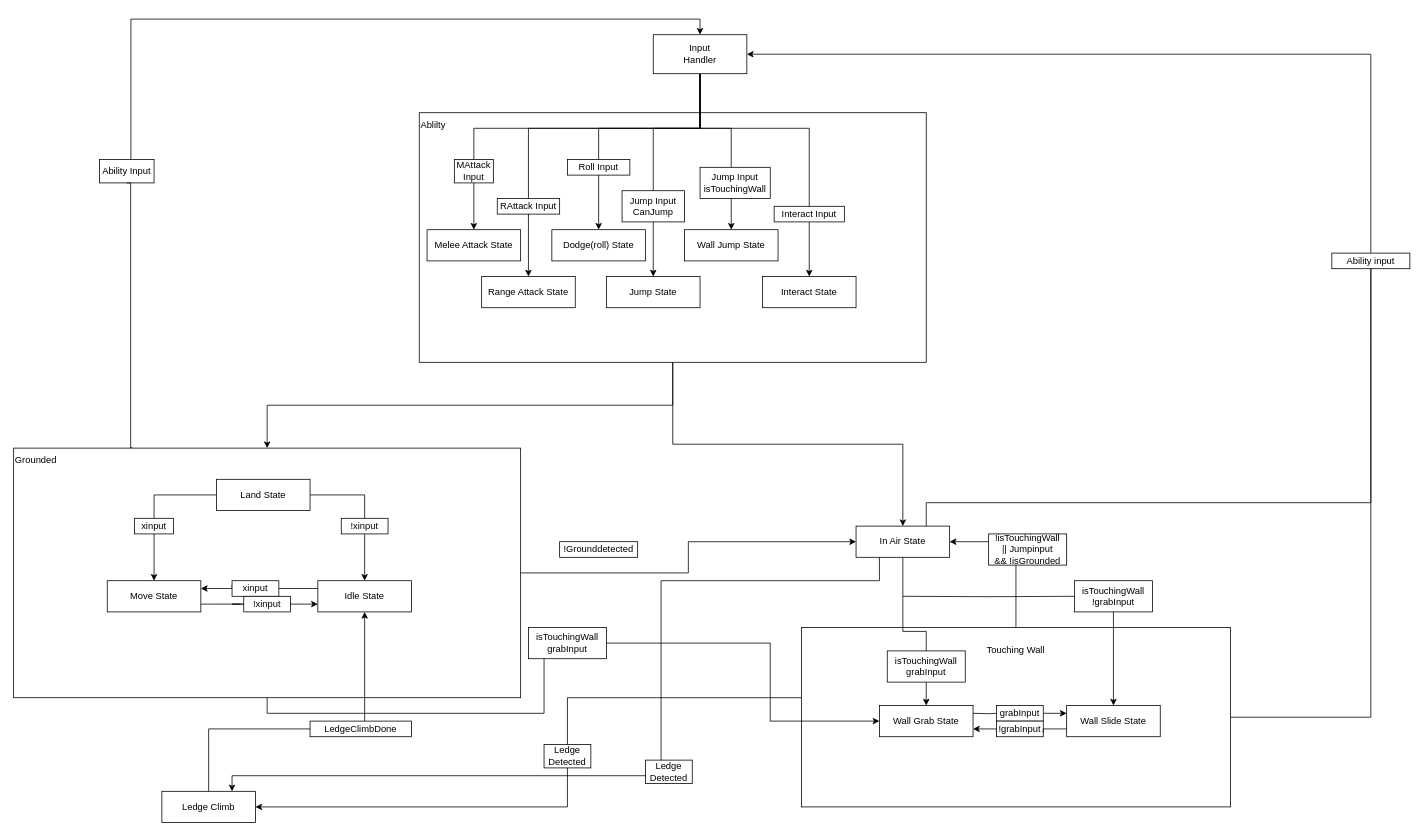
This is RR/Untitled Diagram.drawio from Lorkhan-0307/RR_Project, a draw.io file, before an edit. Source tidied: cells renumbered, new cells numbered last; positions are measured from the earlier drawing's top-left corner, leaving out a move shared by most shapes. Both pictures are drawn from the tidied source at 78%, with x=0, y=0 at pixel (13, 19).
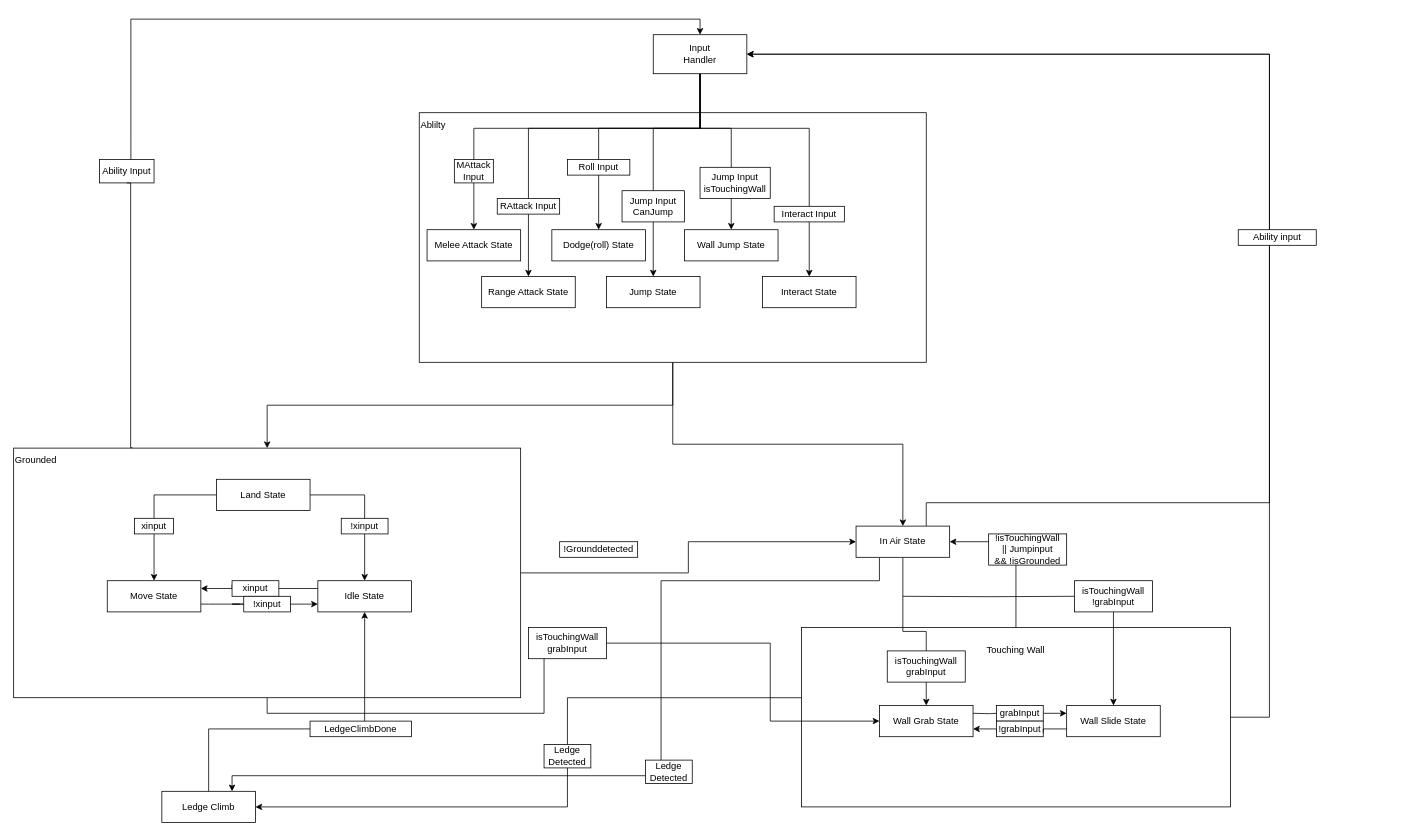
The same diagram, later.

Unchanged cells that the change refers to:
```xml
<mxCell id="5" value="Touching Wall&lt;br&gt;&lt;br&gt;&lt;br&gt;&lt;br&gt;&lt;br&gt;&lt;br&gt;&lt;br&gt;&lt;br&gt;&lt;br&gt;&lt;br&gt;&lt;br&gt;&lt;br&gt;&lt;br&gt;" style="rounded=0;whiteSpace=wrap;html=1;" parent="1" vertex="1">
  <mxGeometry x="1010" y="780" width="550" height="230" as="geometry" />
</mxCell>
<mxCell id="15" value="Input&lt;br&gt;Handler" style="rounded=0;whiteSpace=wrap;html=1;" parent="1" vertex="1">
  <mxGeometry x="820" y="20" width="120" height="50" as="geometry" />
</mxCell>
<mxCell id="43" value="In Air State" style="rounded=0;whiteSpace=wrap;html=1;" parent="1" vertex="1">
  <mxGeometry x="1080" y="650" width="120" height="40" as="geometry" />
</mxCell>
```

What changed in the source:
```diff
@@
     <mxCell id="4" style="edgeStyle=orthogonalEdgeStyle;rounded=0;jettySize=auto;html=0;entryX=1;entryY=0.5;entryDx=0;entryDy=0;" parent="1" edge="1" source="5" target="15">
       <mxGeometry relative="1" as="geometry">
         <Array as="points">
-          <mxPoint x="1740" y="895" />
-          <mxPoint x="1740" y="45" />
+          <mxPoint x="1610" y="895" />
+          <mxPoint x="1610" y="45" />
         </Array>
       </mxGeometry>
     </mxCell>
@@
-    <mxCell id="42" style="edgeStyle=orthogonalEdgeStyle;rounded=0;jettySize=auto;html=0;" parent="1" edge="1" source="43">
+    <mxCell id="42" style="edgeStyle=orthogonalEdgeStyle;rounded=0;jettySize=auto;html=0;entryX=1;entryY=0.5;entryDx=0;entryDy=0;" parent="1" edge="1" source="43" target="15">
       <mxGeometry relative="1" as="geometry">
-        <mxPoint x="1740" y="310" as="targetPoint" />
         <Array as="points">
           <mxPoint x="1170" y="620" />
-          <mxPoint x="1740" y="620" />
-          <mxPoint x="1740" y="410" />
+          <mxPoint x="1610" y="620" />
+          <mxPoint x="1610" y="45" />
         </Array>
       </mxGeometry>
     </mxCell>
@@
     <mxCell id="72" value="Ability input" style="rounded=0;whiteSpace=wrap;html=1;" parent="1" vertex="1">
-      <mxGeometry x="1690" y="300" width="100" height="20" as="geometry" />
+      <mxGeometry x="1570" y="270" width="100" height="20" as="geometry" />
     </mxCell>
```
